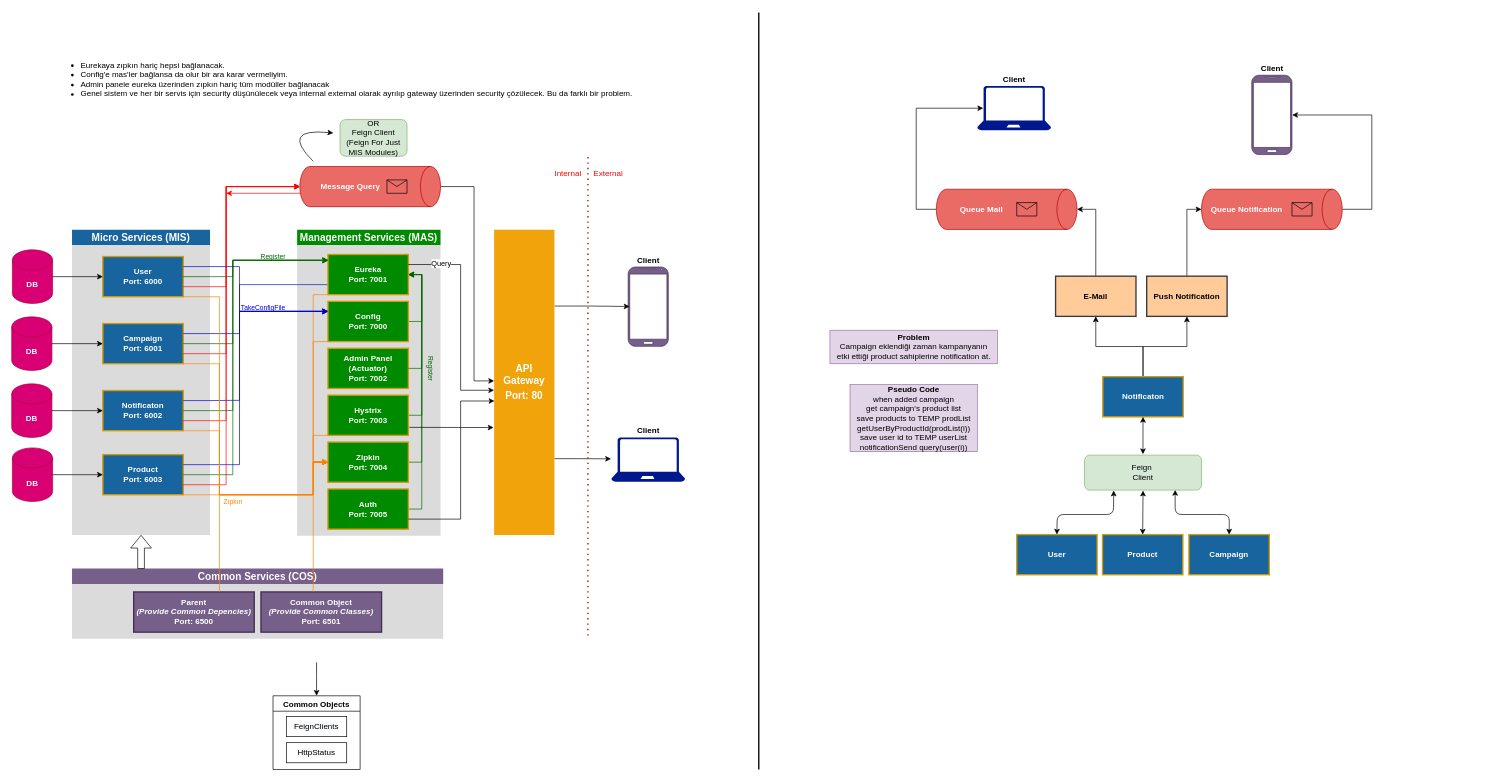
Before: dev-doc-file/microservice-project-diagram.drawio in erensayar/Microservice-App-Demo, a draw.io diagram. Source tidied: cells renumbered, new cells numbered last; positions are measured from the earlier drawing's top-left corner, leaving out a move shared by most shapes. Both pictures are drawn from the tidied source at 67%, with x=0, y=0 at pixel (11, 12).
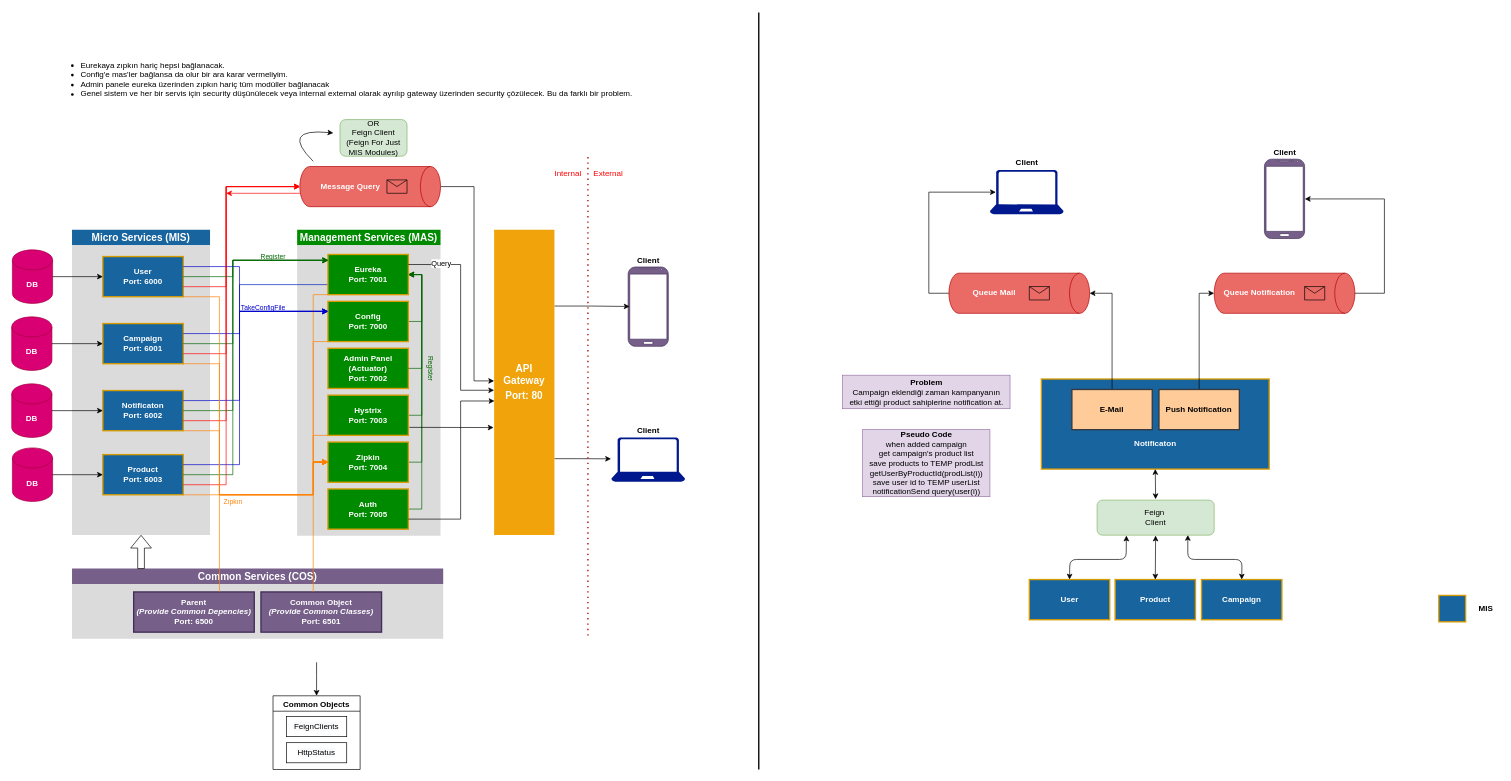
After the change.

What changed in the source:
```diff
@@
     <mxCell id="77" value="User" style="rounded=0;whiteSpace=wrap;html=1;strokeColor=#d79b00;fontStyle=1;fillColor=#18649E;fontColor=#FFFFFF;strokeWidth=2;sketch=0;" parent="1" vertex="1">
-      <mxGeometry x="1500" y="779.4" width="120" height="60" as="geometry" />
+      <mxGeometry x="1518.8" y="846.5" width="120" height="60" as="geometry" />
     </mxCell>
     <mxCell id="78" value="Campaign" style="rounded=0;whiteSpace=wrap;html=1;strokeColor=#d79b00;fontStyle=1;fillColor=#18649E;fontColor=#FFFFFF;strokeWidth=2;sketch=0;" parent="1" vertex="1">
-      <mxGeometry x="1757" y="779.4" width="120" height="60" as="geometry" />
+      <mxGeometry x="1775.8" y="846.5" width="120" height="60" as="geometry" />
     </mxCell>
-    <mxCell id="79" style="edgeStyle=orthogonalEdgeStyle;rounded=0;jettySize=auto;html=1;" parent="1" edge="1" source="81" target="84">
-      <mxGeometry relative="1" as="geometry" />
-    </mxCell>
-    <mxCell id="80" style="edgeStyle=orthogonalEdgeStyle;rounded=0;jettySize=auto;html=1;exitX=0.5;exitY=0;exitDx=0;exitDy=0;entryX=0.5;entryY=1;entryDx=0;entryDy=0;" parent="1" edge="1" source="81" target="86">
-      <mxGeometry relative="1" as="geometry" />
-    </mxCell>
-    <mxCell id="81" value="Notificaton" style="rounded=0;whiteSpace=wrap;html=1;strokeColor=#d79b00;fontStyle=1;fillColor=#18649E;fontColor=#FFFFFF;strokeWidth=2;sketch=0;" parent="1" vertex="1">
-      <mxGeometry x="1628.5" y="543.7" width="120" height="60" as="geometry" />
+    <mxCell id="81" value="&lt;br&gt;&lt;br&gt;&lt;br&gt;&lt;br&gt;Notificaton" style="rounded=0;whiteSpace=wrap;html=1;strokeColor=#d79b00;fontStyle=1;fillColor=#18649E;fontColor=#FFFFFF;strokeWidth=2;sketch=0;" parent="1" vertex="1">
+      <mxGeometry x="1536.8" y="547.2" width="340" height="134.4" as="geometry" />
     </mxCell>
     <mxCell id="82" value="Product" style="rounded=0;whiteSpace=wrap;html=1;strokeColor=#d79b00;fontStyle=1;fillColor=#18649E;fontColor=#FFFFFF;strokeWidth=2;sketch=0;" parent="1" vertex="1">
-      <mxGeometry x="1628" y="779.4" width="120" height="60" as="geometry" />
+      <mxGeometry x="1646.8" y="846.5" width="120" height="60" as="geometry" />
     </mxCell>
@@
     <mxCell id="84" value="E-Mail" style="rounded=0;whiteSpace=wrap;html=1;strokeColor=#36393d;fontStyle=1;fillColor=#ffcc99;strokeWidth=2;sketch=0;" parent="1" vertex="1">
-      <mxGeometry x="1558" y="393.7" width="120" height="60" as="geometry" />
+      <mxGeometry x="1582.3" y="562.8" width="120" height="60" as="geometry" />
     </mxCell>
@@
     <mxCell id="86" value="Push Notification" style="rounded=0;whiteSpace=wrap;html=1;strokeColor=#36393d;fontStyle=1;fillColor=#ffcc99;strokeWidth=2;sketch=0;" parent="1" vertex="1">
-      <mxGeometry x="1694" y="393.7" width="120" height="60" as="geometry" />
+      <mxGeometry x="1712.3" y="562.8" width="120" height="60" as="geometry" />
     </mxCell>
     <mxCell id="87" style="endArrow=classic;startArrow=classic;html=1;exitX=0.5;exitY=1;exitDx=0;exitDy=0;" parent="1" edge="1" source="81">
       <mxGeometry relative="1" as="geometry">
-        <mxPoint x="1688.4" y="659.4" as="targetPoint" />
+        <mxPoint x="1707.3" y="726.5" as="targetPoint" />
       </mxGeometry>
     </mxCell>
     <mxCell id="88" style="endArrow=classic;startArrow=classic;html=1;entryX=0.5;entryY=0;entryDx=0;entryDy=0;exitX=0.983;exitY=0.225;exitDx=0;exitDy=0;exitPerimeter=0;" parent="1" edge="1" target="78">
       <mxGeometry relative="1" as="geometry">
-        <mxPoint x="1736.5" y="712.7" as="sourcePoint" />
+        <mxPoint x="1755.4" y="779.9" as="sourcePoint" />
         <Array as="points">
-          <mxPoint x="1736.4" y="749.4" />
-          <mxPoint x="1817.4" y="749.4" />
+          <mxPoint x="1755.3" y="816.5" />
+          <mxPoint x="1836.3" y="816.5" />
         </Array>
       </mxGeometry>
     </mxCell>
     <mxCell id="89" style="endArrow=classic;startArrow=classic;html=1;exitX=1;exitY=0.5;exitDx=0;exitDy=0;entryX=0.5;entryY=0;entryDx=0;entryDy=0;" parent="1" edge="1" target="82">
       <mxGeometry relative="1" as="geometry">
-        <mxPoint x="1688.5" y="713.7" as="sourcePoint" />
+        <mxPoint x="1707.3" y="780.9" as="sourcePoint" />
       </mxGeometry>
     </mxCell>
@@
     <mxCell id="91" style="endArrow=classic;startArrow=classic;html=1;exitX=0.5;exitY=0;exitDx=0;exitDy=0;entryX=1;entryY=0.75;entryDx=0;entryDy=0;" parent="1" edge="1" source="77">
       <mxGeometry relative="1" as="geometry">
-        <mxPoint x="1644.8" y="713.7" as="targetPoint" />
+        <mxPoint x="1663.7" y="780.9" as="targetPoint" />
         <Array as="points">
-          <mxPoint x="1560.4" y="749.4" />
-          <mxPoint x="1644.4" y="749.4" />
+          <mxPoint x="1579.3" y="816.5" />
+          <mxPoint x="1663.3" y="816.5" />
         </Array>
       </mxGeometry>
     </mxCell>
     <mxCell id="92" value="Feign&amp;nbsp;&lt;br&gt;Client" style="rounded=1;whiteSpace=wrap;html=1;fillColor=#d5e8d4;strokeColor=#82b366;direction=south;" parent="1" vertex="1">
-      <mxGeometry x="1601.2" y="660.8" width="174.7" height="52.2" as="geometry" />
+      <mxGeometry x="1620" y="728" width="174.7" height="52.2" as="geometry" />
     </mxCell>
@@
     <mxCell id="95" value="&lt;b&gt;Problem&lt;/b&gt;&lt;br&gt;Campaign eklendiği zaman kampanyanın &lt;br&gt;etki ettiği product sahiplerine notification at." style="text;html=1;align=center;verticalAlign=middle;strokeColor=#9673a6;fillColor=#e1d5e7;" parent="1" vertex="1">
-      <mxGeometry x="1221.2" y="474.4" width="250" height="50" as="geometry" />
+      <mxGeometry x="1240" y="541.5" width="250" height="50" as="geometry" />
     </mxCell>
     <mxCell id="96" value="&lt;div&gt;&lt;b&gt;Pseudo Code&lt;/b&gt;&lt;br&gt;when added campaign&lt;/div&gt;&lt;div&gt;get campaign's product list&lt;/div&gt;&lt;div&gt;save products to TEMP prodList&lt;/div&gt;&lt;div&gt;getUserByProductId(prodList(i))&lt;/div&gt;&lt;div&gt;save user id to TEMP userList&lt;/div&gt;&lt;div&gt;notificationSend query(user(i))&lt;/div&gt;" style="text;html=1;align=center;verticalAlign=middle;strokeColor=#9673a6;fillColor=#e1d5e7;" parent="1" vertex="1">
-      <mxGeometry x="1251.2" y="555.6" width="190" height="100" as="geometry" />
+      <mxGeometry x="1270" y="622.8" width="190" height="100" as="geometry" />
     </mxCell>
     <mxCell id="97" style="edgeStyle=orthogonalEdgeStyle;rounded=0;jettySize=auto;html=1;entryX=1.005;entryY=0.501;entryDx=0;entryDy=0;entryPerimeter=0;" parent="1" edge="1" source="98" target="100">
       <mxGeometry relative="1" as="geometry">
         <Array as="points">
-          <mxPoint x="2030" y="294" />
-          <mxPoint x="2030" y="153" />
+          <mxPoint x="2048.8" y="419.3" />
+          <mxPoint x="2048.8" y="278.3" />
         </Array>
       </mxGeometry>
     </mxCell>
     <mxCell id="98" value="&lt;b&gt;Queue Notification&amp;nbsp; &amp;nbsp; &amp;nbsp; &amp;nbsp; &amp;nbsp; &amp;nbsp; &amp;nbsp; &amp;nbsp;&lt;/b&gt;" style="shape=cylinder3;whiteSpace=wrap;html=1;boundedLbl=1;backgroundOutline=1;size=15;direction=south;strokeColor=#B20000;fontColor=#ffffff;fillColor=#EA6B66;sketch=0;" parent="1" vertex="1">
-      <mxGeometry x="1775.8" y="263.9" width="210" height="60" as="geometry" />
+      <mxGeometry x="1794.7" y="389.2" width="210" height="60" as="geometry" />
     </mxCell>
     <mxCell id="99" style="shape=message;html=1;whiteSpace=wrap;html=1;fillColor=none;sketch=0;" parent="1" vertex="1">
-      <mxGeometry x="1910.8" y="283.9" width="30" height="20" as="geometry" />
+      <mxGeometry x="1929.7" y="409.2" width="30" height="20" as="geometry" />
     </mxCell>
     <mxCell id="100" style="verticalLabelPosition=bottom;verticalAlign=top;html=1;shadow=0;dashed=0;strokeWidth=1;shape=mxgraph.android.phone2;strokeColor=#432D57;fillColor=#76608a;fontColor=#ffffff;sketch=0;" parent="1" vertex="1">
-      <mxGeometry x="1850.8" y="93.8" width="60" height="118.4" as="geometry" />
+      <mxGeometry x="1869.7" y="219.1" width="60" height="118.4" as="geometry" />
     </mxCell>
     <mxCell id="101" style="shadow=0;dashed=0;html=1;strokeColor=none;labelPosition=center;verticalLabelPosition=bottom;verticalAlign=top;align=center;fillColor=#00188D;shape=mxgraph.azure.laptop;fontColor=#000000;" parent="1" vertex="1">
-      <mxGeometry x="1441.2" y="110" width="110" height="66" as="geometry" />
+      <mxGeometry x="1460" y="235.3" width="110" height="66" as="geometry" />
     </mxCell>
     <mxCell id="102" value="&lt;b&gt;Client&lt;/b&gt;" style="text;html=1;align=center;verticalAlign=middle;strokeColor=none;fontColor=#000000;" parent="1" vertex="1">
-      <mxGeometry x="1855.8" y="73.8" width="50" height="20" as="geometry" />
+      <mxGeometry x="1874.7" y="199.1" width="50" height="20" as="geometry" />
     </mxCell>
     <mxCell id="103" value="&lt;b&gt;Client&lt;/b&gt;" style="text;html=1;align=center;verticalAlign=middle;strokeColor=none;fontColor=#000000;" parent="1" vertex="1">
-      <mxGeometry x="1471.2" y="90" width="50" height="20" as="geometry" />
+      <mxGeometry x="1490" y="215.3" width="50" height="20" as="geometry" />
     </mxCell>
     <mxCell id="104" style="edgeStyle=orthogonalEdgeStyle;rounded=0;jettySize=auto;html=1;entryX=0.08;entryY=0.5;entryDx=0;entryDy=0;entryPerimeter=0;" parent="1" edge="1" source="105" target="101">
       <mxGeometry relative="1" as="geometry">
         <Array as="points">
-          <mxPoint x="1350" y="294" />
-          <mxPoint x="1350" y="143" />
+          <mxPoint x="1368.8" y="419.3" />
+          <mxPoint x="1368.8" y="268.3" />
         </Array>
       </mxGeometry>
     </mxCell>
     <mxCell id="105" value="&lt;b&gt;Queue Mail&amp;nbsp; &amp;nbsp; &amp;nbsp; &amp;nbsp; &amp;nbsp; &amp;nbsp; &amp;nbsp; &amp;nbsp;&lt;/b&gt;" style="shape=cylinder3;whiteSpace=wrap;html=1;boundedLbl=1;backgroundOutline=1;size=15;direction=south;strokeColor=#B20000;fontColor=#ffffff;fillColor=#EA6B66;sketch=0;" parent="1" vertex="1">
-      <mxGeometry x="1380" y="263.9" width="210" height="60" as="geometry" />
+      <mxGeometry x="1398.8" y="389.2" width="210" height="60" as="geometry" />
     </mxCell>
     <mxCell id="106" style="shape=message;html=1;whiteSpace=wrap;html=1;fillColor=none;sketch=0;" parent="1" vertex="1">
-      <mxGeometry x="1500" y="283.9" width="30" height="20" as="geometry" />
+      <mxGeometry x="1518.8" y="409.2" width="30" height="20" as="geometry" />
     </mxCell>
@@
+    <mxCell id="111" style="rounded=0;whiteSpace=wrap;html=1;strokeColor=#d79b00;fontStyle=1;fillColor=#18649E;fontColor=#FFFFFF;strokeWidth=2;sketch=0;" parent="1" vertex="1">
+      <mxGeometry x="2130" y="870.2" width="40" height="39.4" as="geometry" />
+    </mxCell>
+    <mxCell id="112" value="&lt;b&gt;MIS&lt;/b&gt;" style="text;html=1;align=center;verticalAlign=middle;strokeColor=none;" parent="1" vertex="1">
+      <mxGeometry x="2180" y="879.9" width="40" height="20" as="geometry" />
+    </mxCell>
```
